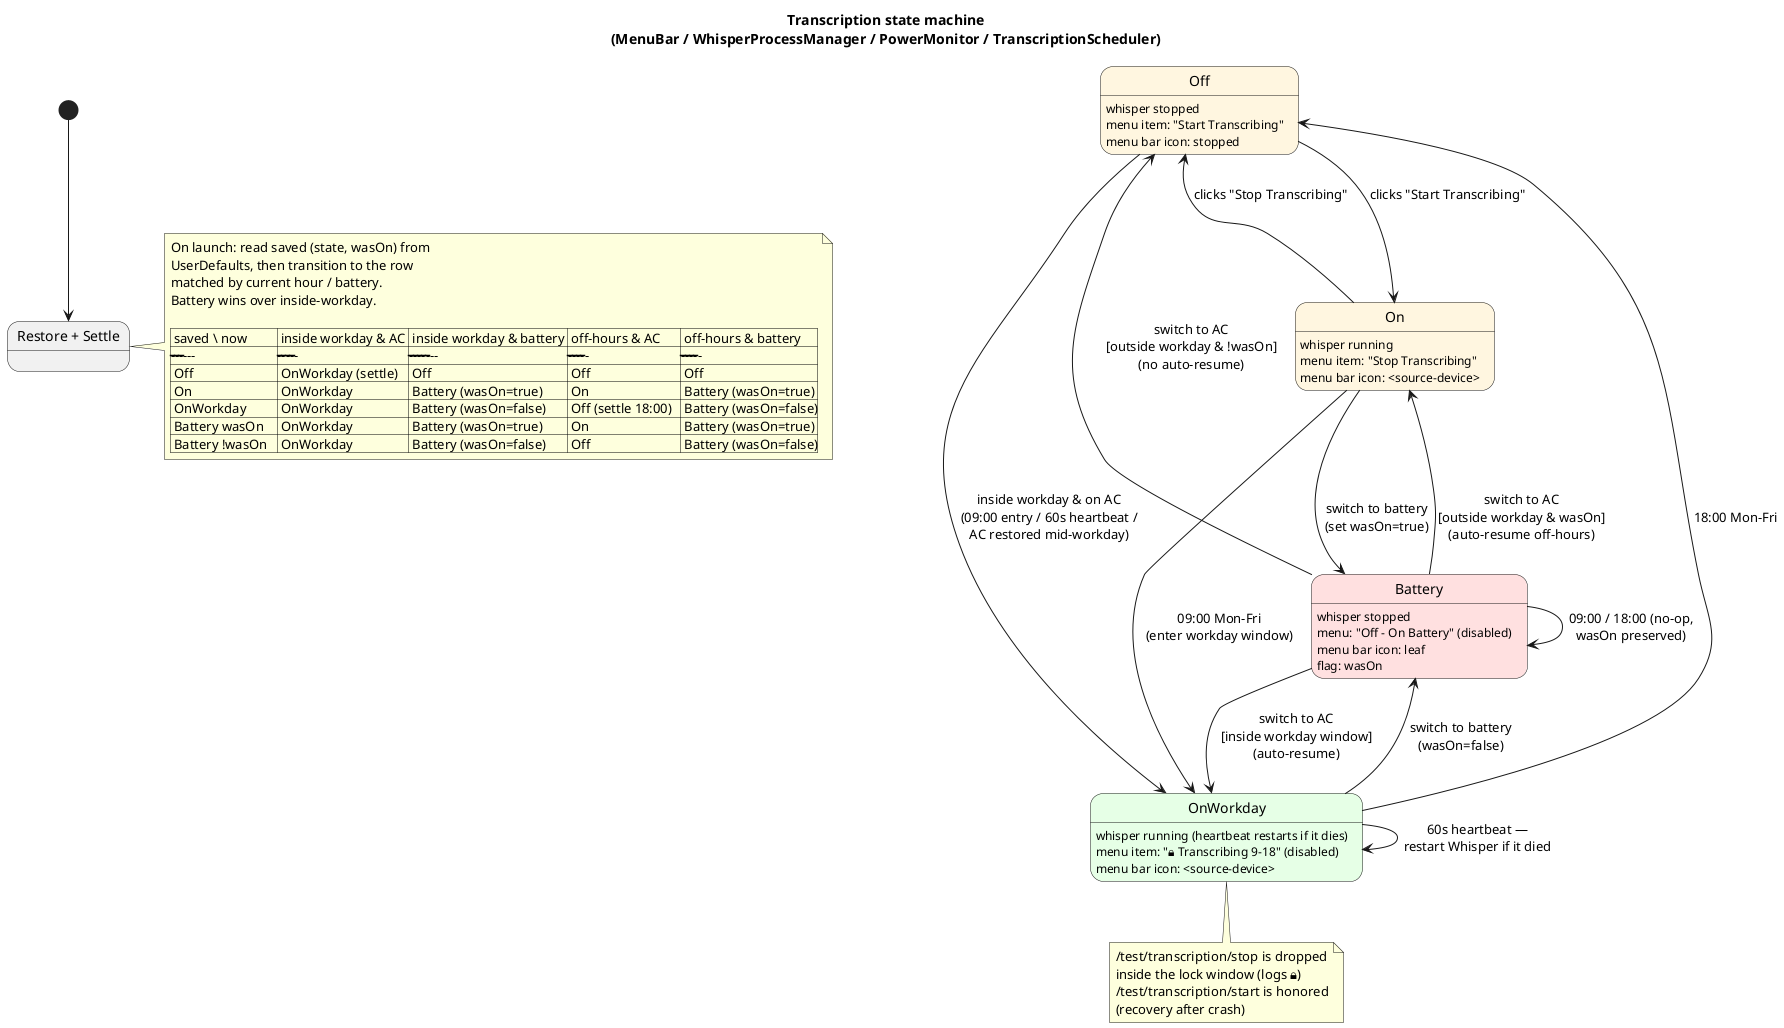
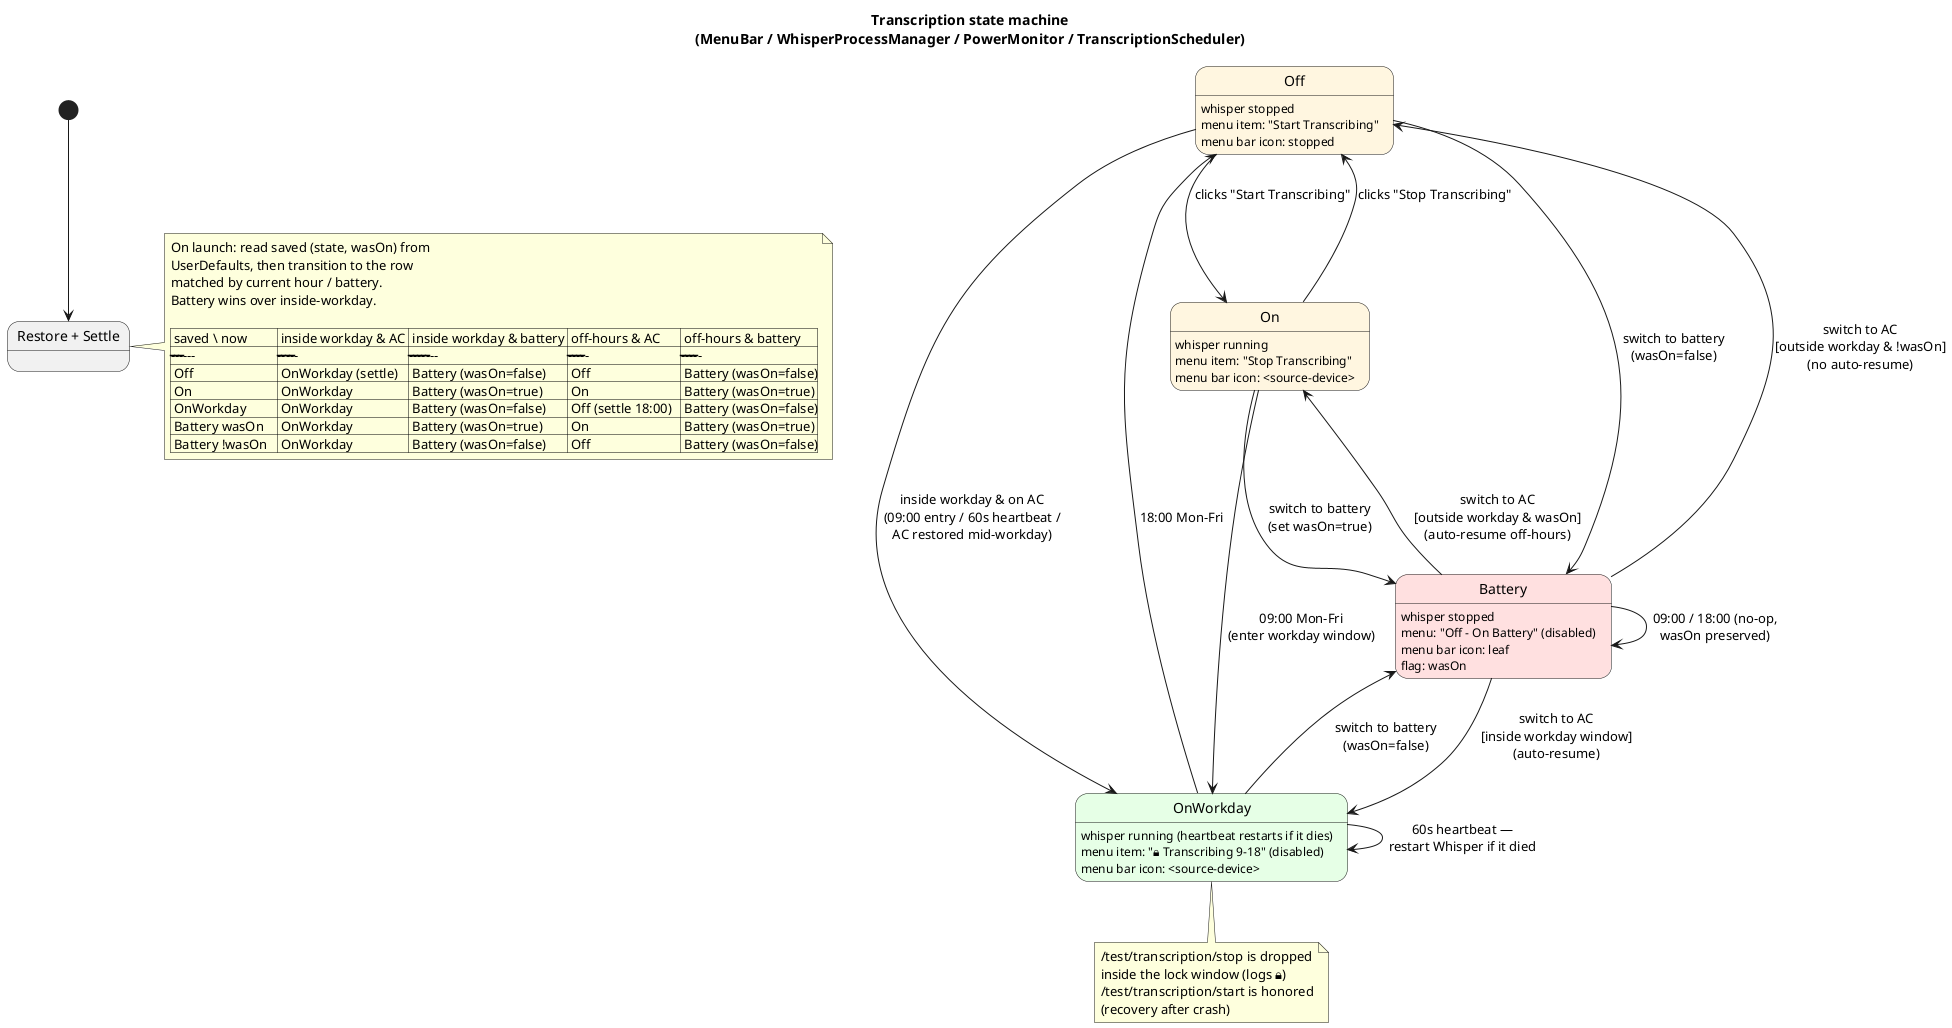
@startuml transcription-state
title Transcription state machine\n(MenuBar / WhisperProcessManager / PowerMonitor / TranscriptionScheduler)

skinparam state {
  BackgroundColor<<auto>>   #E8F1FF
  BackgroundColor<<manual>> #FFF6E0
  BackgroundColor<<paused>> #FFE0E0
  BackgroundColor<<locked>> #E6FFE6
}

[*] --> Restore

state "Restore + Settle" as Restore
note right of Restore
  On launch: read saved (state, wasOn) from
  UserDefaults, then transition to the row
  matched by current hour / battery.
  Battery wins over inside-workday.

  | saved \ now      | inside workday & AC | inside workday & battery | off-hours & AC      | off-hours & battery |
  |------------------|---------------------|---------------------------|---------------------|---------------------|
-   | Off              | OnWorkday (settle)  | Off                       | Off                 | Off                 |
+   | Off              | OnWorkday (settle)  | Battery (wasOn=false)     | Off                 | Battery (wasOn=false)|
  | On               | OnWorkday           | Battery (wasOn=true)      | On                  | Battery (wasOn=true)|
  | OnWorkday        | OnWorkday           | Battery (wasOn=false)     | Off (settle 18:00)  | Battery (wasOn=false)|
  | Battery wasOn    | OnWorkday           | Battery (wasOn=true)      | On                  | Battery (wasOn=true)|
  | Battery !wasOn   | OnWorkday           | Battery (wasOn=false)     | Off                 | Battery (wasOn=false)|
end note

Restore --> Off       : saved=Off OR\n(saved=OnWorkday & off-hours & on AC) OR\n(saved=Battery & !wasOn & off-hours & on AC)
Restore --> On        : (saved=On OR saved=Battery&wasOn) &\noff-hours & on AC
Restore --> OnWorkday : inside workday & on AC\n(any saved state except Off-on-battery)
- Restore --> Battery   : on battery\n(wasOn from saved: On→true, OnWorkday→false,\nBattery→preserved, Off→stays Off instead)
+ Restore --> Battery   : on battery\n(wasOn from saved: On→true, OnWorkday→false,\nOff→false, Battery→preserved)

state "Off" as Off <<manual>> {
  Off : whisper stopped
  Off : menu item: "Start Transcribing"
  Off : menu bar icon: stopped
}

state "On" as On <<manual>> {
  On : whisper running
  On : menu item: "Stop Transcribing"
  On : menu bar icon: <source-device>
}

state "OnWorkday" as OnWorkday <<locked>> {
  OnWorkday : whisper running (heartbeat restarts if it dies)
  OnWorkday : menu item: "🔒 Transcribing 9–18" (disabled)
  OnWorkday : menu bar icon: <source-device>
}

state "Battery" as Battery <<paused>> {
  Battery : whisper stopped
  Battery : menu: "Off - On Battery" (disabled)
  Battery : menu bar icon: leaf
  Battery : flag: wasOn
}

' ── User clicks menu item (outside lock window) ───────────────────
Off --> On    : clicks "Start Transcribing"
On --> Off    : clicks "Stop Transcribing"

' ── Schedule (Mon–Fri) & heartbeat ────────────────────────────────
Off --> OnWorkday        : inside workday & on AC\n(09:00 entry / 60s heartbeat /\nAC restored mid-workday)
On --> OnWorkday         : 09:00 Mon–Fri\n(enter workday window)
OnWorkday --> Off        : 18:00 Mon–Fri

OnWorkday --> OnWorkday  : 60s heartbeat —\nrestart Whisper if it died

' ── Battery / AC ──────────────────────────────────────────────────
On --> Battery           : switch to battery\n(set wasOn=true)
OnWorkday --> Battery    : switch to battery\n(wasOn=false)
+ Off --> Battery          : switch to battery\n(wasOn=false)
Battery --> OnWorkday    : switch to AC\n[inside workday window]\n(auto-resume)
Battery --> On           : switch to AC\n[outside workday & wasOn]\n(auto-resume off-hours)
Battery --> Off          : switch to AC\n[outside workday & !wasOn]\n(no auto-resume)
Battery --> Battery      : 09:00 / 18:00 (no-op,\nwasOn preserved)

' ── Test endpoints (TabletHttpServer) ─────────────────────────────
note bottom of OnWorkday
  /test/transcription/stop is dropped
  inside the lock window (logs 🔒)
  /test/transcription/start is honored
  (recovery after crash)
end note


@enduml
